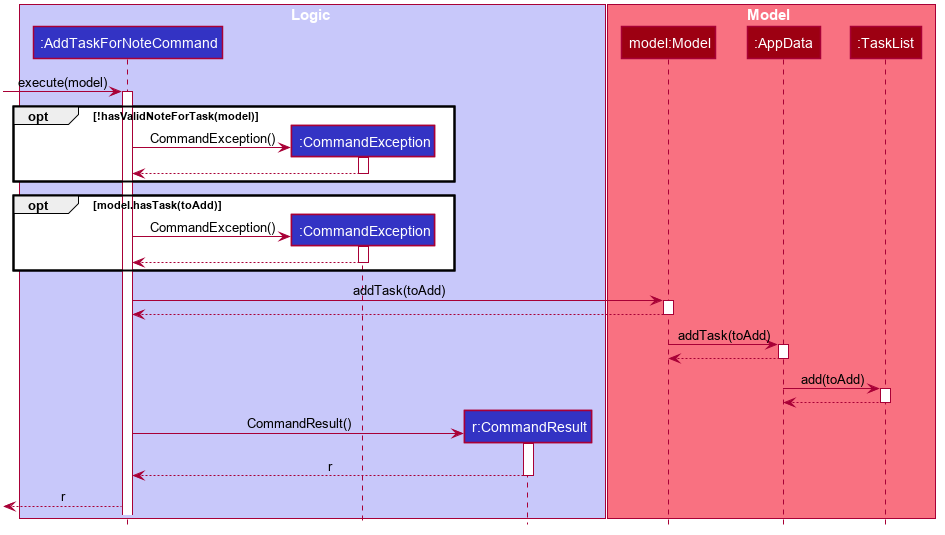
nus-cs2103-AY1920S1/addressbook-level3 keeps this PlantUML diagram as docs/images/task/AddTaskForNoteCommandExecuteSequenceDiagram.png. Above is the earlier version.
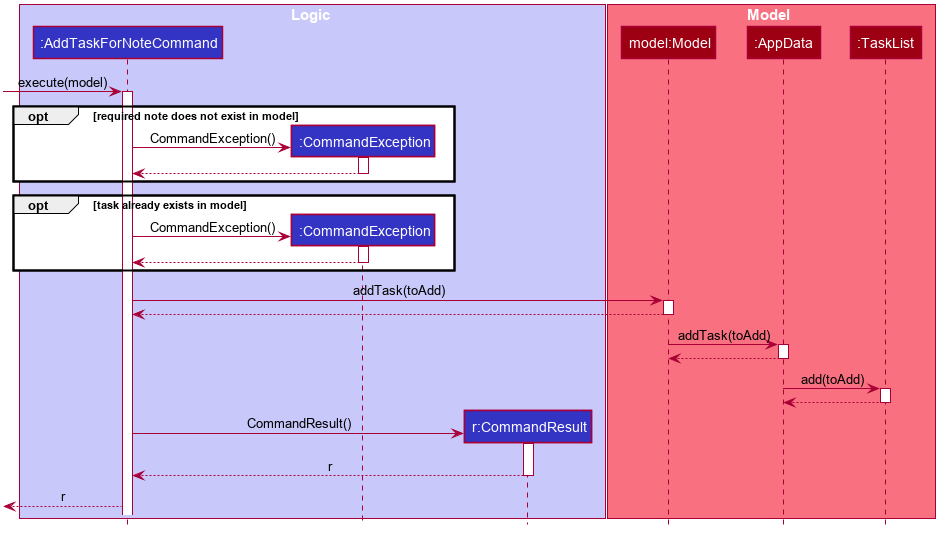
The same diagram one commit later.

Commit message:
Modify sequence diagrams

The edit, as a diff of the source:
```diff
@@ -63,7 +63,7 @@
 [-> AddTaskForNoteCommand : execute(model)
 activate AddTaskForNoteCommand
 
-opt !hasValidNoteForTask(model)
+opt required note does not exist in model
     create CommandException
     AddTaskForNoteCommand -> CommandException : CommandException()
     activate CommandException
@@ -71,7 +71,7 @@
     deactivate CommandException
 end
 
-opt model.hasTask(toAdd)
+opt task already exists in model
     create CommandException
     AddTaskForNoteCommand -> CommandException : CommandException()
     activate CommandException
```
